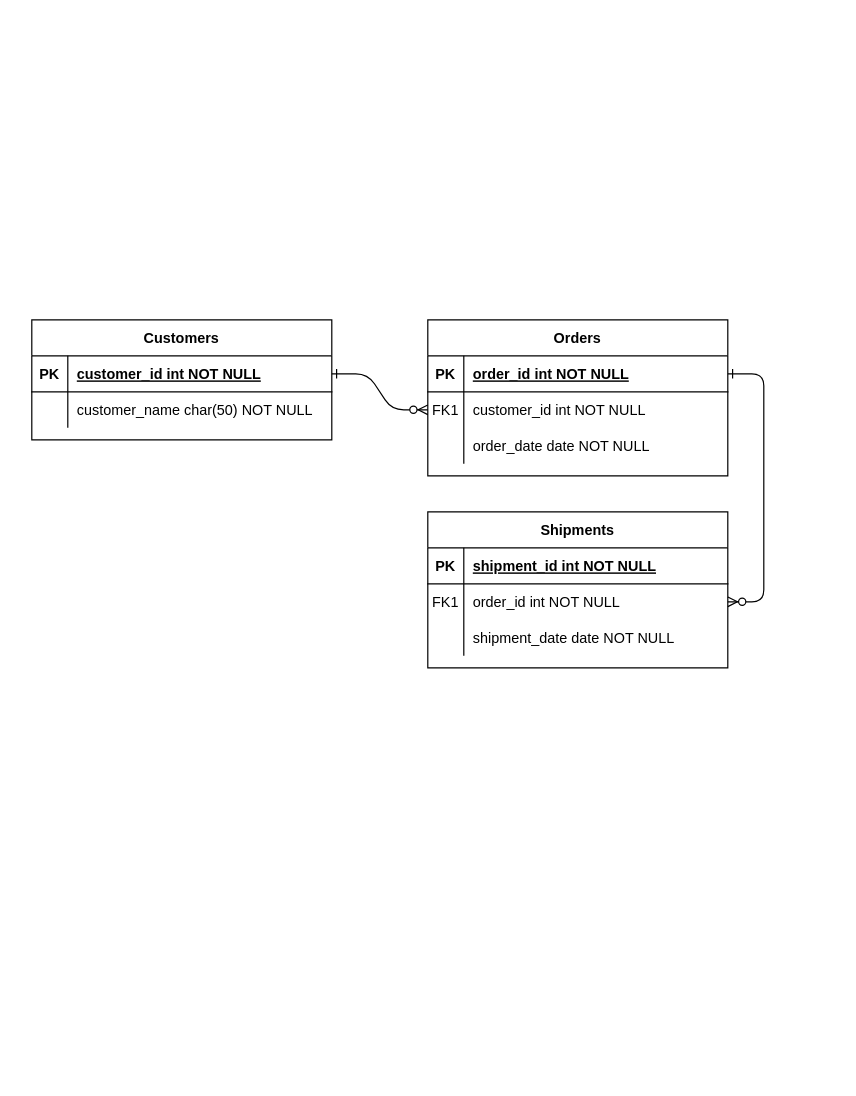
The draw.io diagram teams.drawio in mhs123m/coderhub-teams, before the edit. Source tidied: cells renumbered, new cells numbered last; positions are measured from the earlier drawing's top-left corner, leaving out a move shared by most shapes. Both pictures are drawn from the tidied source at 120%, with x=0, y=0 at pixel (31, 319).
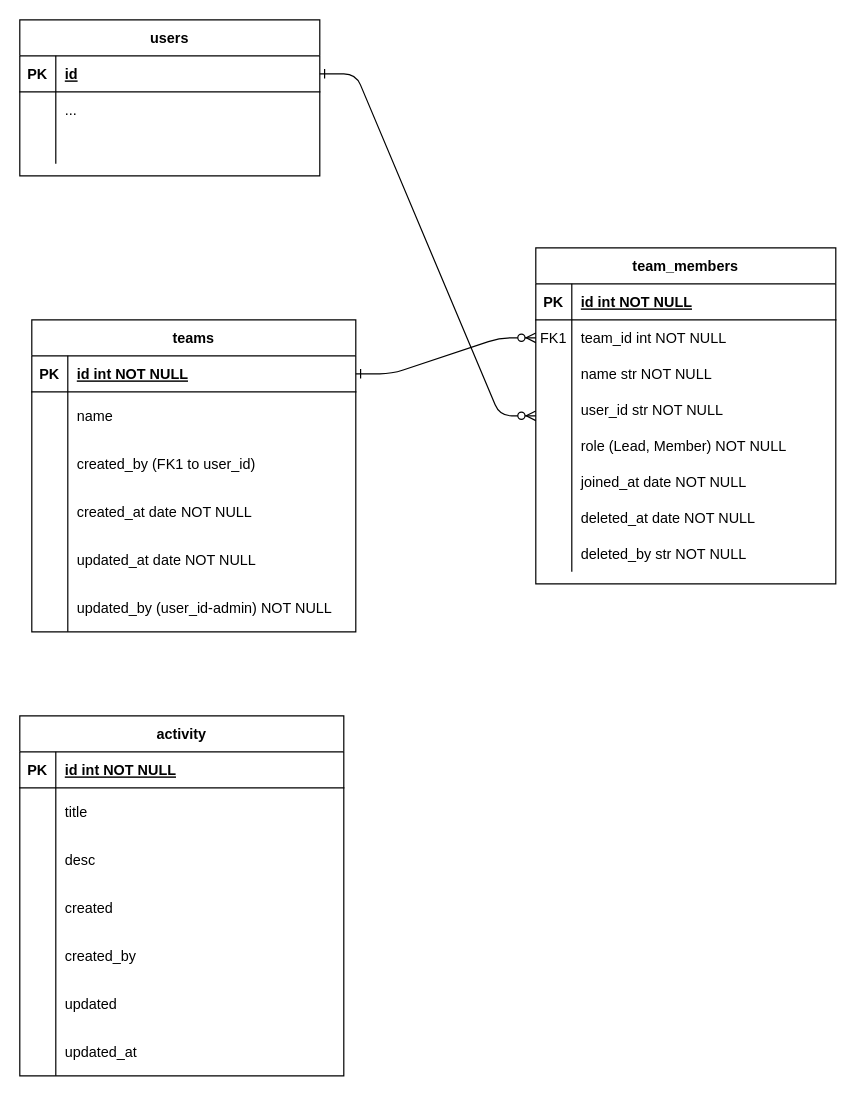
Above is the later version.

Unchanged cells that the change refers to:
```xml
<mxCell id="5" style="shape=partialRectangle;fillColor=none;points=[[0,0.5],[1,0.5]];portConstraint=eastwest;top=0;left=0;right=0;bottom=1;" parent="4" vertex="1">
  <mxGeometry y="30" width="250" height="30" as="geometry" />
</mxCell>
<mxCell id="8" style="shape=partialRectangle;fillColor=none;points=[[0,0.5],[1,0.5]];portConstraint=eastwest;top=0;left=0;right=0;bottom=0;" parent="4" vertex="1">
  <mxGeometry y="60" width="250" height="30" as="geometry" />
</mxCell>
<mxCell id="11" style="shape=partialRectangle;fillColor=none;top=0;left=0;right=0;bottom=0;" parent="4" vertex="1">
  <mxGeometry y="90" width="250" height="30" as="geometry" />
</mxCell>
<mxCell id="15" style="shape=partialRectangle;fillColor=none;points=[[0,0.5],[1,0.5]];portConstraint=eastwest;top=0;left=0;right=0;bottom=1;" parent="14" vertex="1">
  <mxGeometry y="30" width="250" height="30" as="geometry" />
</mxCell>
<mxCell id="18" style="shape=partialRectangle;fillColor=none;points=[[0,0.5],[1,0.5]];portConstraint=eastwest;top=0;left=0;right=0;bottom=0;" parent="14" vertex="1">
  <mxGeometry y="60" width="250" height="30" as="geometry" />
</mxCell>
<mxCell id="21" style="shape=partialRectangle;fillColor=none;top=0;left=0;right=0;bottom=0;" parent="14" vertex="1">
  <mxGeometry y="90" width="250" height="30" as="geometry" />
</mxCell>
```

What changed in the source:
```diff
@@
-    <mxCell id="3" style="edgeStyle=entityRelationEdgeStyle;endArrow=ERzeroToMany;startArrow=ERone;endFill=1;startFill=0;" parent="1" edge="1" source="5" target="18">
-      <mxGeometry relative="1" as="geometry" />
-    </mxCell>
-    <mxCell id="4" value="Orders" style="shape=table;startSize=30;childLayout=tableLayout;rowLines=0;fontStyle=1;align=center;" parent="1" vertex="1">
-      <mxGeometry x="330" width="250" height="130" as="geometry" />
+    <mxCell id="4" value="team_members" style="shape=table;startSize=30;childLayout=tableLayout;rowLines=0;fontStyle=1;align=center;" parent="1" vertex="1">
+      <mxGeometry x="420" y="-60" width="250" height="280" as="geometry" />
     </mxCell>
@@
-    <mxCell id="7" value="order_id int NOT NULL " style="shape=partialRectangle;overflow=hidden;fillColor=none;top=0;left=0;bottom=0;right=0;align=left;spacingLeft=6;fontStyle=5;" parent="5" vertex="1">
+    <mxCell id="7" value="id int NOT NULL " style="shape=partialRectangle;overflow=hidden;fillColor=none;top=0;left=0;bottom=0;right=0;align=left;spacingLeft=6;fontStyle=5;" parent="5" vertex="1">
       <mxGeometry x="30" width="220" height="30" as="geometry" />
     </mxCell>
@@
-    <mxCell id="10" value="customer_id int NOT NULL" style="shape=partialRectangle;overflow=hidden;fillColor=none;top=0;left=0;bottom=0;right=0;align=left;spacingLeft=6;" parent="8" vertex="1">
+    <mxCell id="10" value="team_id int NOT NULL" style="shape=partialRectangle;overflow=hidden;fillColor=none;top=0;left=0;bottom=0;right=0;align=left;spacingLeft=6;" parent="8" vertex="1">
       <mxGeometry x="30" width="220" height="30" as="geometry" />
     </mxCell>
@@
-    <mxCell id="13" value="order_date date NOT NULL" style="shape=partialRectangle;overflow=hidden;fillColor=none;top=0;left=0;bottom=0;right=0;align=left;spacingLeft=6;" parent="11" vertex="1">
+    <mxCell id="13" value="name str NOT NULL" style="shape=partialRectangle;overflow=hidden;fillColor=none;top=0;left=0;bottom=0;right=0;align=left;spacingLeft=6;" parent="11" vertex="1">
       <mxGeometry x="30" width="220" height="30" as="geometry" />
     </mxCell>
+    <mxCell id="31" style="shape=partialRectangle;fillColor=none;points=[[0,0.5],[1,0.5]];portConstraint=eastwest;top=0;left=0;right=0;bottom=0;" parent="4" vertex="1">
+      <mxGeometry y="120" width="250" height="30" as="geometry" />
+    </mxCell>
+    <mxCell id="32" style="shape=partialRectangle;overflow=hidden;fillColor=none;top=0;left=0;bottom=0;right=0;" parent="31" vertex="1">
+      <mxGeometry width="30" height="30" as="geometry" />
+    </mxCell>
+    <mxCell id="33" value="user_id str NOT NULL" style="shape=partialRectangle;overflow=hidden;fillColor=none;top=0;left=0;bottom=0;right=0;align=left;spacingLeft=6;" parent="31" vertex="1">
+      <mxGeometry x="30" width="220" height="30" as="geometry" />
+    </mxCell>
+    <mxCell id="34" style="shape=partialRectangle;fillColor=none;top=0;left=0;right=0;bottom=0;" parent="4" vertex="1">
+      <mxGeometry y="150" width="250" height="30" as="geometry" />
+    </mxCell>
+    <mxCell id="35" style="shape=partialRectangle;overflow=hidden;fillColor=none;top=0;left=0;bottom=0;right=0;" parent="34" vertex="1">
+      <mxGeometry width="30" height="30" as="geometry" />
+    </mxCell>
+    <mxCell id="36" value="role (Lead, Member) NOT NULL" style="shape=partialRectangle;overflow=hidden;fillColor=none;top=0;left=0;bottom=0;right=0;align=left;spacingLeft=6;" parent="34" vertex="1">
+      <mxGeometry x="30" width="220" height="30" as="geometry" />
+    </mxCell>
+    <mxCell id="37" style="shape=partialRectangle;fillColor=none;top=0;left=0;right=0;bottom=0;" parent="4" vertex="1">
+      <mxGeometry y="180" width="250" height="30" as="geometry" />
+    </mxCell>
+    <mxCell id="38" style="shape=partialRectangle;overflow=hidden;fillColor=none;top=0;left=0;bottom=0;right=0;" parent="37" vertex="1">
+      <mxGeometry width="30" height="30" as="geometry" />
+    </mxCell>
+    <mxCell id="39" value="joined_at date NOT NULL" style="shape=partialRectangle;overflow=hidden;fillColor=none;top=0;left=0;bottom=0;right=0;align=left;spacingLeft=6;" parent="37" vertex="1">
+      <mxGeometry x="30" width="220" height="30" as="geometry" />
+    </mxCell>
+    <mxCell id="40" style="shape=partialRectangle;fillColor=none;top=0;left=0;right=0;bottom=0;" parent="4" vertex="1">
+      <mxGeometry y="210" width="250" height="30" as="geometry" />
+    </mxCell>
+    <mxCell id="41" style="shape=partialRectangle;overflow=hidden;fillColor=none;top=0;left=0;bottom=0;right=0;" parent="40" vertex="1">
+      <mxGeometry width="30" height="30" as="geometry" />
+    </mxCell>
+    <mxCell id="42" value="deleted_at date NOT NULL" style="shape=partialRectangle;overflow=hidden;fillColor=none;top=0;left=0;bottom=0;right=0;align=left;spacingLeft=6;" parent="40" vertex="1">
+      <mxGeometry x="30" width="220" height="30" as="geometry" />
+    </mxCell>
+    <mxCell id="43" style="shape=partialRectangle;fillColor=none;top=0;left=0;right=0;bottom=0;" parent="4" vertex="1">
+      <mxGeometry y="240" width="250" height="30" as="geometry" />
+    </mxCell>
+    <mxCell id="44" style="shape=partialRectangle;overflow=hidden;fillColor=none;top=0;left=0;bottom=0;right=0;" parent="43" vertex="1">
+      <mxGeometry width="30" height="30" as="geometry" />
+    </mxCell>
+    <mxCell id="45" value="deleted_by str NOT NULL" style="shape=partialRectangle;overflow=hidden;fillColor=none;top=0;left=0;bottom=0;right=0;align=left;spacingLeft=6;" parent="43" vertex="1">
+      <mxGeometry x="30" width="220" height="30" as="geometry" />
+    </mxCell>
-    <mxCell id="14" value="Shipments" style="shape=table;startSize=30;childLayout=tableLayout;rowLines=0;fontStyle=1;align=center;" parent="1" vertex="1">
-      <mxGeometry x="330" y="160" width="250" height="130" as="geometry" />
+    <mxCell id="14" value="users" style="shape=table;startSize=30;childLayout=tableLayout;rowLines=0;fontStyle=1;align=center;" parent="1" vertex="1">
+      <mxGeometry x="-10" y="-250" width="250" height="130" as="geometry" />
     </mxCell>
@@
-    <mxCell id="17" value="shipment_id int NOT NULL " style="shape=partialRectangle;overflow=hidden;fillColor=none;top=0;left=0;bottom=0;right=0;align=left;spacingLeft=6;fontStyle=5;" parent="15" vertex="1">
+    <mxCell id="17" value="id" style="shape=partialRectangle;overflow=hidden;fillColor=none;top=0;left=0;bottom=0;right=0;align=left;spacingLeft=6;fontStyle=5;" parent="15" vertex="1">
       <mxGeometry x="30" width="220" height="30" as="geometry" />
     </mxCell>
@@
-    <mxCell id="19" value="FK1" style="shape=partialRectangle;overflow=hidden;fillColor=none;top=0;left=0;bottom=0;right=0;" parent="18" vertex="1">
+    <mxCell id="19" style="shape=partialRectangle;overflow=hidden;fillColor=none;top=0;left=0;bottom=0;right=0;" parent="18" vertex="1">
       <mxGeometry width="30" height="30" as="geometry" />
     </mxCell>
-    <mxCell id="20" value="order_id int NOT NULL" style="shape=partialRectangle;overflow=hidden;fillColor=none;top=0;left=0;bottom=0;right=0;align=left;spacingLeft=6;" parent="18" vertex="1">
+    <mxCell id="20" value="..." style="shape=partialRectangle;overflow=hidden;fillColor=none;top=0;left=0;bottom=0;right=0;align=left;spacingLeft=6;" parent="18" vertex="1">
       <mxGeometry x="30" width="220" height="30" as="geometry" />
     </mxCell>
@@
-    <mxCell id="23" value="shipment_date date NOT NULL" style="shape=partialRectangle;overflow=hidden;fillColor=none;top=0;left=0;bottom=0;right=0;align=left;spacingLeft=6;" parent="21" vertex="1">
+    <mxCell id="23" style="shape=partialRectangle;overflow=hidden;fillColor=none;top=0;left=0;bottom=0;right=0;align=left;spacingLeft=6;" parent="21" vertex="1">
       <mxGeometry x="30" width="220" height="30" as="geometry" />
     </mxCell>
-    <mxCell id="24" value="Customers" style="shape=table;startSize=30;childLayout=tableLayout;rowLines=0;fontStyle=1;align=center;" parent="1" vertex="1">
-      <mxGeometry width="250" height="100" as="geometry" />
+    <mxCell id="24" value="teams" style="shape=table;startSize=30;childLayout=tableLayout;rowLines=0;fontStyle=1;align=center;" parent="1" vertex="1">
+      <mxGeometry width="270" height="260" as="geometry" />
     </mxCell>
     <mxCell id="25" style="shape=partialRectangle;fillColor=none;points=[[0,0.5],[1,0.5]];portConstraint=eastwest;top=0;left=0;right=0;bottom=1;" parent="24" vertex="1">
-      <mxGeometry y="30" width="250" height="30" as="geometry" />
+      <mxGeometry y="30" width="270" height="30" as="geometry" />
     </mxCell>
@@
-    <mxCell id="27" value="customer_id int NOT NULL " style="shape=partialRectangle;overflow=hidden;fillColor=none;top=0;left=0;bottom=0;right=0;align=left;spacingLeft=6;fontStyle=5;" parent="25" vertex="1">
-      <mxGeometry x="30" width="220" height="30" as="geometry" />
+    <mxCell id="27" value="id int NOT NULL " style="shape=partialRectangle;overflow=hidden;fillColor=none;top=0;left=0;bottom=0;right=0;align=left;spacingLeft=6;fontStyle=5;" parent="25" vertex="1">
+      <mxGeometry x="30" width="240" height="30" as="geometry" />
     </mxCell>
     <mxCell id="28" style="shape=partialRectangle;fillColor=none;top=0;left=0;right=0;bottom=0;" parent="24" vertex="1">
-      <mxGeometry y="60" width="250" height="30" as="geometry" />
+      <mxGeometry y="60" width="270" height="40" as="geometry" />
     </mxCell>
     <mxCell id="29" style="shape=partialRectangle;overflow=hidden;fillColor=none;top=0;left=0;bottom=0;right=0;" parent="28" vertex="1">
-      <mxGeometry width="30" height="30" as="geometry" />
+      <mxGeometry width="30" height="40" as="geometry" />
     </mxCell>
-    <mxCell id="30" value="customer_name char(50) NOT NULL" style="shape=partialRectangle;overflow=hidden;fillColor=none;top=0;left=0;bottom=0;right=0;align=left;spacingLeft=6;" parent="28" vertex="1">
-      <mxGeometry x="30" width="220" height="30" as="geometry" />
+    <mxCell id="30" value="name" style="shape=partialRectangle;overflow=hidden;fillColor=none;top=0;left=0;bottom=0;right=0;align=left;spacingLeft=6;" parent="28" vertex="1">
+      <mxGeometry x="30" width="240" height="40" as="geometry" />
     </mxCell>
+    <mxCell id="46" style="shape=partialRectangle;fillColor=none;top=0;left=0;right=0;bottom=0;" parent="24" vertex="1">
+      <mxGeometry y="100" width="270" height="40" as="geometry" />
+    </mxCell>
+    <mxCell id="47" style="shape=partialRectangle;overflow=hidden;fillColor=none;top=0;left=0;bottom=0;right=0;" parent="46" vertex="1">
+      <mxGeometry width="30" height="40" as="geometry" />
+    </mxCell>
+    <mxCell id="48" value="created_by (FK1 to user_id)" style="shape=partialRectangle;overflow=hidden;fillColor=none;top=0;left=0;bottom=0;right=0;align=left;spacingLeft=6;" parent="46" vertex="1">
+      <mxGeometry x="30" width="240" height="40" as="geometry" />
+    </mxCell>
+    <mxCell id="49" style="shape=partialRectangle;fillColor=none;top=0;left=0;right=0;bottom=0;" parent="24" vertex="1">
+      <mxGeometry y="140" width="270" height="40" as="geometry" />
+    </mxCell>
+    <mxCell id="50" style="shape=partialRectangle;overflow=hidden;fillColor=none;top=0;left=0;bottom=0;right=0;" parent="49" vertex="1">
+      <mxGeometry width="30" height="40" as="geometry" />
+    </mxCell>
+    <mxCell id="51" value="created_at date NOT NULL" style="shape=partialRectangle;overflow=hidden;fillColor=none;top=0;left=0;bottom=0;right=0;align=left;spacingLeft=6;" parent="49" vertex="1">
+      <mxGeometry x="30" width="240" height="40" as="geometry" />
+    </mxCell>
+    <mxCell id="52" style="shape=partialRectangle;fillColor=none;top=0;left=0;right=0;bottom=0;" parent="24" vertex="1">
+      <mxGeometry y="180" width="270" height="40" as="geometry" />
+    </mxCell>
+    <mxCell id="53" style="shape=partialRectangle;overflow=hidden;fillColor=none;top=0;left=0;bottom=0;right=0;" parent="52" vertex="1">
+      <mxGeometry width="30" height="40" as="geometry" />
+    </mxCell>
+    <mxCell id="54" value="updated_at date NOT NULL" style="shape=partialRectangle;overflow=hidden;fillColor=none;top=0;left=0;bottom=0;right=0;align=left;spacingLeft=6;" parent="52" vertex="1">
+      <mxGeometry x="30" width="240" height="40" as="geometry" />
+    </mxCell>
+    <mxCell id="55" style="shape=partialRectangle;fillColor=none;top=0;left=0;right=0;bottom=0;" parent="24" vertex="1">
+      <mxGeometry y="220" width="270" height="40" as="geometry" />
+    </mxCell>
+    <mxCell id="56" value="            " style="shape=partialRectangle;overflow=hidden;fillColor=none;top=0;left=0;bottom=0;right=0;" parent="55" vertex="1">
+      <mxGeometry width="30" height="40" as="geometry" />
+    </mxCell>
+    <mxCell id="57" value="updated_by (user_id-admin) NOT NULL" style="shape=partialRectangle;overflow=hidden;fillColor=none;top=0;left=0;bottom=0;right=0;align=left;spacingLeft=6;" parent="55" vertex="1">
+      <mxGeometry x="30" width="240" height="40" as="geometry" />
+    </mxCell>
+    <mxCell id="58" style="edgeStyle=entityRelationEdgeStyle;endArrow=ERzeroToMany;startArrow=ERone;endFill=1;startFill=0;exitX=1;exitY=0.5;exitDx=0;exitDy=0;entryX=0;entryY=0.667;entryDx=0;entryDy=0;entryPerimeter=0;" parent="1" edge="1" source="15" target="31">
+      <mxGeometry relative="1" as="geometry">
+        <Array as="points">
+          <mxPoint x="340" y="110" />
+        </Array>
+      </mxGeometry>
+    </mxCell>
+    <mxCell id="59" value="activity" style="shape=table;startSize=30;childLayout=tableLayout;rowLines=0;fontStyle=1;align=center;" parent="1" vertex="1">
+      <mxGeometry x="-10" y="330" width="270" height="300" as="geometry" />
+    </mxCell>
+    <mxCell id="60" style="shape=partialRectangle;fillColor=none;top=0;left=0;right=0;bottom=1;" parent="59" vertex="1">
+      <mxGeometry y="30" width="270" height="30" as="geometry" />
+    </mxCell>
+    <mxCell id="61" value="PK" style="shape=partialRectangle;overflow=hidden;fillColor=none;top=0;left=0;bottom=0;right=0;fontStyle=1;" parent="60" vertex="1">
+      <mxGeometry width="30" height="30" as="geometry" />
+    </mxCell>
+    <mxCell id="62" value="id int NOT NULL " style="shape=partialRectangle;overflow=hidden;fillColor=none;top=0;left=0;bottom=0;right=0;align=left;spacingLeft=6;fontStyle=5;" parent="60" vertex="1">
+      <mxGeometry x="30" width="240" height="30" as="geometry" />
+    </mxCell>
+    <mxCell id="63" style="shape=partialRectangle;fillColor=none;top=0;left=0;right=0;bottom=0;" parent="59" vertex="1">
+      <mxGeometry y="60" width="270" height="40" as="geometry" />
+    </mxCell>
+    <mxCell id="64" style="shape=partialRectangle;overflow=hidden;fillColor=none;top=0;left=0;bottom=0;right=0;" parent="63" vertex="1">
+      <mxGeometry width="30" height="40" as="geometry" />
+    </mxCell>
+    <mxCell id="65" value="title" style="shape=partialRectangle;overflow=hidden;fillColor=none;top=0;left=0;bottom=0;right=0;align=left;spacingLeft=6;" parent="63" vertex="1">
+      <mxGeometry x="30" width="240" height="40" as="geometry" />
+    </mxCell>
+    <mxCell id="66" style="shape=partialRectangle;fillColor=none;top=0;left=0;right=0;bottom=0;" parent="59" vertex="1">
+      <mxGeometry y="100" width="270" height="40" as="geometry" />
+    </mxCell>
+    <mxCell id="67" style="shape=partialRectangle;overflow=hidden;fillColor=none;top=0;left=0;bottom=0;right=0;" parent="66" vertex="1">
+      <mxGeometry width="30" height="40" as="geometry" />
+    </mxCell>
+    <mxCell id="68" value="desc" style="shape=partialRectangle;overflow=hidden;fillColor=none;top=0;left=0;bottom=0;right=0;align=left;spacingLeft=6;" parent="66" vertex="1">
+      <mxGeometry x="30" width="240" height="40" as="geometry" />
+    </mxCell>
+    <mxCell id="69" style="shape=partialRectangle;fillColor=none;top=0;left=0;right=0;bottom=0;" parent="59" vertex="1">
+      <mxGeometry y="140" width="270" height="40" as="geometry" />
+    </mxCell>
+    <mxCell id="70" style="shape=partialRectangle;overflow=hidden;fillColor=none;top=0;left=0;bottom=0;right=0;" parent="69" vertex="1">
+      <mxGeometry width="30" height="40" as="geometry" />
+    </mxCell>
+    <mxCell id="71" value="created" style="shape=partialRectangle;overflow=hidden;fillColor=none;top=0;left=0;bottom=0;right=0;align=left;spacingLeft=6;" parent="69" vertex="1">
+      <mxGeometry x="30" width="240" height="40" as="geometry" />
+    </mxCell>
+    <mxCell id="72" style="shape=partialRectangle;fillColor=none;top=0;left=0;right=0;bottom=0;" parent="59" vertex="1">
+      <mxGeometry y="180" width="270" height="40" as="geometry" />
+    </mxCell>
+    <mxCell id="73" style="shape=partialRectangle;overflow=hidden;fillColor=none;top=0;left=0;bottom=0;right=0;" parent="72" vertex="1">
+      <mxGeometry width="30" height="40" as="geometry" />
+    </mxCell>
+    <mxCell id="74" value="created_by" style="shape=partialRectangle;overflow=hidden;fillColor=none;top=0;left=0;bottom=0;right=0;align=left;spacingLeft=6;" parent="72" vertex="1">
+      <mxGeometry x="30" width="240" height="40" as="geometry" />
+    </mxCell>
+    <mxCell id="75" style="shape=partialRectangle;fillColor=none;top=0;left=0;right=0;bottom=0;" parent="59" vertex="1">
+      <mxGeometry y="220" width="270" height="40" as="geometry" />
+    </mxCell>
+    <mxCell id="76" value="            " style="shape=partialRectangle;overflow=hidden;fillColor=none;top=0;left=0;bottom=0;right=0;" parent="75" vertex="1">
+      <mxGeometry width="30" height="40" as="geometry" />
+    </mxCell>
+    <mxCell id="77" value="updated" style="shape=partialRectangle;overflow=hidden;fillColor=none;top=0;left=0;bottom=0;right=0;align=left;spacingLeft=6;" parent="75" vertex="1">
+      <mxGeometry x="30" width="240" height="40" as="geometry" />
+    </mxCell>
+    <mxCell id="78" style="shape=partialRectangle;fillColor=none;top=0;left=0;right=0;bottom=0;" parent="59" vertex="1">
+      <mxGeometry y="260" width="270" height="40" as="geometry" />
+    </mxCell>
+    <mxCell id="79" style="shape=partialRectangle;overflow=hidden;fillColor=none;top=0;left=0;bottom=0;right=0;" parent="78" vertex="1">
+      <mxGeometry width="30" height="40" as="geometry" />
+    </mxCell>
+    <mxCell id="80" value="updated_at" style="shape=partialRectangle;overflow=hidden;fillColor=none;top=0;left=0;bottom=0;right=0;align=left;spacingLeft=6;" parent="78" vertex="1">
+      <mxGeometry x="30" width="240" height="40" as="geometry" />
+    </mxCell>
```
